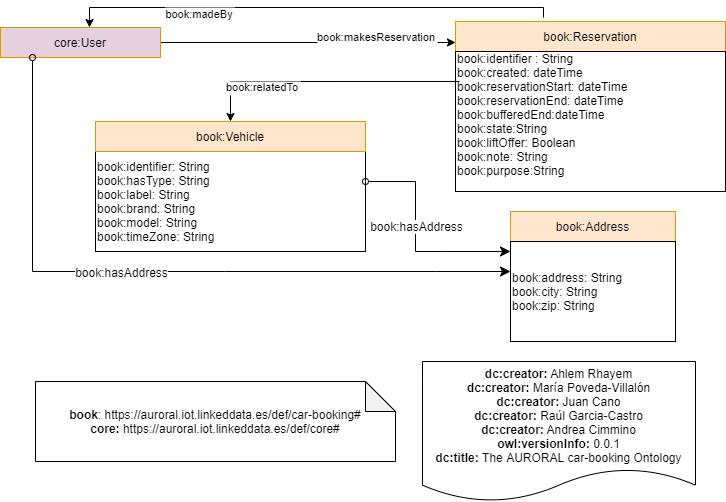
This is diagrams/reservation.png from oeg-upm/auroral-Car-booking-ontology, a draw.io export, as it was before one commit. Source tidied: cells renumbered, new cells last; positions are measured from the earlier drawing's top-left corner, leaving out a move shared by most shapes.
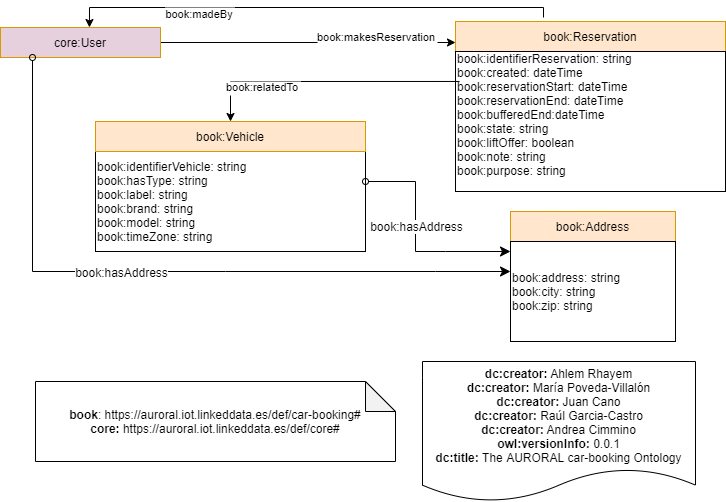
After the change.

Change to the diagram source:
```diff
@@ -8,7 +8,7 @@
     <mxCell id="3" value="&lt;div&gt;&lt;b&gt;book&lt;/b&gt;:&amp;nbsp;https://auroral.iot.linkeddata.es/def/car-booking#&lt;/div&gt;&lt;b&gt;core:&amp;nbsp;&lt;/b&gt;https://auroral.iot.linkeddata.es/def/core#" style="shape=note;whiteSpace=wrap;html=1;backgroundOutline=1;darkOpacity=0.05;" parent="1" vertex="1">
       <mxGeometry x="35" y="374" width="360" height="80" as="geometry" />
     </mxCell>
-    <mxCell id="4" value="book:identifier: String&lt;br&gt;book:hasType: String&lt;br&gt;book:label: String&lt;br&gt;book:brand: String&lt;br&gt;book:model: String&lt;br&gt;book:timeZone: String" style="rounded=0;whiteSpace=wrap;html=1;snapToPoint=1;points=[[0.1,0],[0.2,0],[0.3,0],[0.4,0],[0.5,0],[0.6,0],[0.7,0],[0.8,0],[0.9,0],[0,0.1],[0,0.3],[0,0.5],[0,0.7],[0,0.9],[0.1,1],[0.2,1],[0.3,1],[0.4,1],[0.5,1],[0.6,1],[0.7,1],[0.8,1],[0.9,1],[1,0.1],[1,0.3],[1,0.5],[1,0.7],[1,0.9]];align=left;" parent="1" vertex="1">
+    <mxCell id="4" value="book:identifierVehicle: string&lt;br&gt;book:hasType: string&lt;br&gt;book:label: string&lt;br&gt;book:brand: string&lt;br&gt;book:model: string&lt;br&gt;book:timeZone: string" style="rounded=0;whiteSpace=wrap;html=1;snapToPoint=1;points=[[0.1,0],[0.2,0],[0.3,0],[0.4,0],[0.5,0],[0.6,0],[0.7,0],[0.8,0],[0.9,0],[0,0.1],[0,0.3],[0,0.5],[0,0.7],[0,0.9],[0.1,1],[0.2,1],[0.3,1],[0.4,1],[0.5,1],[0.6,1],[0.7,1],[0.8,1],[0.9,1],[1,0.1],[1,0.3],[1,0.5],[1,0.7],[1,0.9]];align=left;" parent="1" vertex="1">
       <mxGeometry x="95" y="144" width="270" height="100" as="geometry" />
     </mxCell>
     <mxCell id="5" value="book:Vehicle" style="rounded=0;whiteSpace=wrap;html=1;snapToPoint=1;points=[[0.1,0],[0.2,0],[0.3,0],[0.4,0],[0.5,0],[0.6,0],[0.7,0],[0.8,0],[0.9,0],[0,0.1],[0,0.3],[0,0.5],[0,0.7],[0,0.9],[0.1,1],[0.2,1],[0.3,1],[0.4,1],[0.5,1],[0.6,1],[0.7,1],[0.8,1],[0.9,1],[1,0.1],[1,0.3],[1,0.5],[1,0.7],[1,0.9]];fillColor=#ffe6cc;strokeColor=#d79b00;shadow=0;" parent="1" vertex="1">
@@ -20,7 +20,7 @@
     <mxCell id="7" value="book:makesReservation" style="edgeStyle=orthogonalEdgeStyle;rounded=0;jettySize=auto;endArrow=classic;endFill=1;entryX=0;entryY=0.7;entryDx=0;entryDy=0;" parent="1" edge="1" source="9" target="6">
       <mxGeometry x="0.46" y="6" relative="1" as="geometry" />
     </mxCell>
-    <mxCell id="8" value="book:identifier : String&lt;br&gt;book:created: dateTime&lt;br&gt;book:reservationStart: dateTime&lt;br&gt;book:reservationEnd: dateTime&lt;br&gt;book:bufferedEnd:dateTime&lt;br&gt;book:state:String&lt;br&gt;book:liftOffer: Boolean&lt;br&gt;book:note: String&lt;br&gt;book:purpose:String&lt;br&gt;&amp;nbsp;" style="rounded=0;whiteSpace=wrap;html=1;snapToPoint=1;points=[[0.1,0],[0.2,0],[0.3,0],[0.4,0],[0.5,0],[0.6,0],[0.7,0],[0.8,0],[0.9,0],[0,0.1],[0,0.3],[0,0.5],[0,0.7],[0,0.9],[0.1,1],[0.2,1],[0.3,1],[0.4,1],[0.5,1],[0.6,1],[0.7,1],[0.8,1],[0.9,1],[1,0.1],[1,0.3],[1,0.5],[1,0.7],[1,0.9]];align=left;" parent="1" vertex="1">
+    <mxCell id="8" value="book:identifierReservation: string&lt;br&gt;book:created: dateTime&lt;br&gt;book:reservationStart: dateTime&lt;br&gt;book:reservationEnd: dateTime&lt;br&gt;book:bufferedEnd:dateTime&lt;br&gt;book:state: string&lt;br&gt;book:liftOffer: boolean&lt;br&gt;book:note: string&lt;br&gt;book:purpose: string&lt;br&gt;&amp;nbsp;" style="rounded=0;whiteSpace=wrap;html=1;snapToPoint=1;points=[[0.1,0],[0.2,0],[0.3,0],[0.4,0],[0.5,0],[0.6,0],[0.7,0],[0.8,0],[0.9,0],[0,0.1],[0,0.3],[0,0.5],[0,0.7],[0,0.9],[0.1,1],[0.2,1],[0.3,1],[0.4,1],[0.5,1],[0.6,1],[0.7,1],[0.8,1],[0.9,1],[1,0.1],[1,0.3],[1,0.5],[1,0.7],[1,0.9]];align=left;" parent="1" vertex="1">
       <mxGeometry x="455" y="44" width="270" height="140" as="geometry" />
     </mxCell>
     <mxCell id="9" value="core:User" style="rounded=0;whiteSpace=wrap;html=1;snapToPoint=1;points=[[0.1,0],[0.2,0],[0.3,0],[0.4,0],[0.5,0],[0.6,0],[0.7,0],[0.8,0],[0.9,0],[0,0.1],[0,0.3],[0,0.5],[0,0.7],[0,0.9],[0.1,1],[0.2,1],[0.3,1],[0.4,1],[0.5,1],[0.6,1],[0.7,1],[0.8,1],[0.9,1],[1,0.1],[1,0.3],[1,0.5],[1,0.7],[1,0.9]];fillColor=#E6D0DE;strokeColor=#d79b00;shadow=0;" parent="1" vertex="1">
@@ -36,7 +36,7 @@
     <mxCell id="11" value="book:Address" style="rounded=0;whiteSpace=wrap;html=1;fillColor=#ffe6cc;strokeColor=#d79b00;shadow=0;" parent="1" vertex="1">
       <mxGeometry x="510" y="204" width="165" height="30" as="geometry" />
     </mxCell>
-    <mxCell id="12" value="book:address: String&lt;br&gt;book:city: String&lt;br&gt;book:zip: String" style="rounded=0;whiteSpace=wrap;html=1;snapToPoint=1;points=[[0.1,0],[0.2,0],[0.3,0],[0.4,0],[0.5,0],[0.6,0],[0.7,0],[0.8,0],[0.9,0],[0,0.1],[0,0.3],[0,0.5],[0,0.7],[0,0.9],[0.1,1],[0.2,1],[0.3,1],[0.4,1],[0.5,1],[0.6,1],[0.7,1],[0.8,1],[0.9,1],[1,0.1],[1,0.3],[1,0.5],[1,0.7],[1,0.9]];align=left;" parent="1" vertex="1">
+    <mxCell id="12" value="book:address: string&lt;br&gt;book:city: string&lt;br&gt;book:zip: string" style="rounded=0;whiteSpace=wrap;html=1;snapToPoint=1;points=[[0.1,0],[0.2,0],[0.3,0],[0.4,0],[0.5,0],[0.6,0],[0.7,0],[0.8,0],[0.9,0],[0,0.1],[0,0.3],[0,0.5],[0,0.7],[0,0.9],[0.1,1],[0.2,1],[0.3,1],[0.4,1],[0.5,1],[0.6,1],[0.7,1],[0.8,1],[0.9,1],[1,0.1],[1,0.3],[1,0.5],[1,0.7],[1,0.9]];align=left;" parent="1" vertex="1">
       <mxGeometry x="510" y="234" width="165" height="100" as="geometry" />
     </mxCell>
     <mxCell id="13" style="endArrow=classic;html=1;endSize=8;startArrow=oval;startFill=0;arcSize=0;rounded=0;exitX=0.2;exitY=1;exitDx=0;exitDy=0;entryX=0;entryY=0.3;entryDx=0;entryDy=0;" parent="1" edge="1" source="9" target="12">
```
